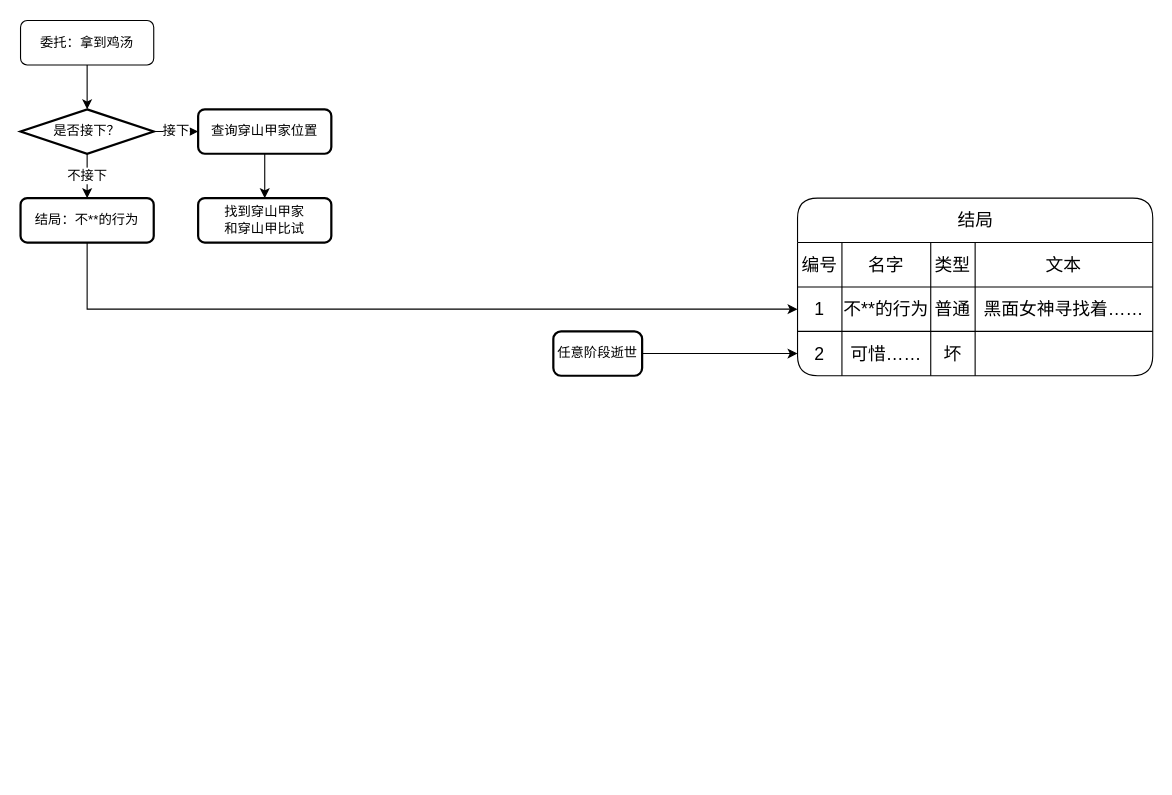
Earlier version of the draw.io diagram page "剧情" (1 of 3) of lc.drawio (penghao123456/zywtm). Source tidied: cells renumbered, new cells numbered last; positions are measured from the earlier drawing's top-left corner, leaving out a move shared by most shapes. Both pictures are drawn from the tidied source at 111%, with x=0, y=0 at pixel (20, 20).
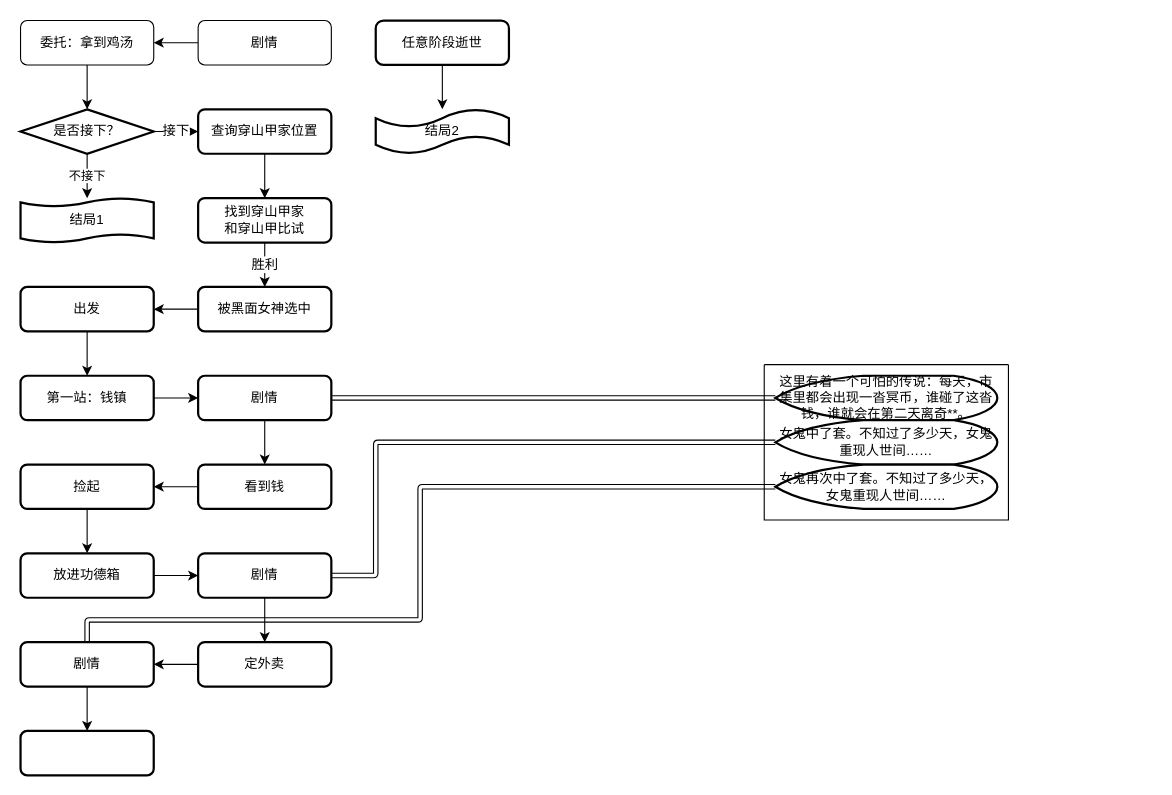
Above is the later version.

Unchanged cells that the change refers to:
```xml
<mxCell id="3" value="委托：拿到鸡汤" style="rounded=1;whiteSpace=wrap;html=1;fontSize=12;glass=0;strokeWidth=1;shadow=0;" parent="1" vertex="1">
  <mxGeometry width="120" height="40" as="geometry" />
</mxCell>
<mxCell id="7" value="是否接下？" style="strokeWidth=2;html=1;shape=mxgraph.flowchart.decision;whiteSpace=wrap;rounded=1;shadow=0;glass=0;strokeColor=default;fontFamily=Helvetica;fontSize=12;fontColor=default;fillColor=default;" parent="1" vertex="1">
  <mxGeometry y="80" width="120" height="40" as="geometry" />
</mxCell>
<mxCell id="9" value="查询穿山甲家位置" style="whiteSpace=wrap;html=1;strokeWidth=2;rounded=1;shadow=0;glass=0;strokeColor=default;fontFamily=Helvetica;fontSize=12;fontColor=default;fillColor=default;" parent="1" vertex="1">
  <mxGeometry x="160" y="80" width="120" height="40" as="geometry" />
</mxCell>
<mxCell id="28" value="找到穿山甲家&lt;br&gt;和穿山甲比试" style="whiteSpace=wrap;html=1;strokeWidth=2;rounded=1;shadow=0;glass=0;strokeColor=default;fontFamily=Helvetica;fontSize=12;fontColor=default;fillColor=default;" parent="1" vertex="1">
  <mxGeometry x="160" y="160" width="120" height="40" as="geometry" />
</mxCell>
```

What changed in the source:
```diff
@@
-    <mxCell id="2" style="edgeStyle=orthogonalEdgeStyle;rounded=0;jettySize=auto;html=1;fontFamily=Helvetica;fontSize=12;fontColor=default;" parent="1" edge="1" source="3" target="7">
+    <mxCell id="2" style="edgeStyle=orthogonalEdgeStyle;rounded=1;jettySize=auto;html=1;fontFamily=Helvetica;fontSize=12;fontColor=default;" parent="1" edge="1" source="3" target="7">
       <mxGeometry relative="1" as="geometry" />
     </mxCell>
@@
-    <mxCell id="4" style="edgeStyle=orthogonalEdgeStyle;rounded=0;orthogonalLoop=1;jettySize=auto;html=1;exitX=0.5;exitY=1;exitDx=0;exitDy=0;" parent="1" edge="1">
+    <mxCell id="4" style="edgeStyle=orthogonalEdgeStyle;rounded=1;orthogonalLoop=1;jettySize=auto;html=1;exitX=0.5;exitY=1;exitDx=0;exitDy=0;" parent="1" edge="1">
       <mxGeometry relative="1" as="geometry">
         <mxPoint x="60" y="120" as="sourcePoint" />
         <mxPoint x="60" y="120" as="targetPoint" />
       </mxGeometry>
     </mxCell>
-    <mxCell id="5" value="接下" style="edgeStyle=orthogonalEdgeStyle;rounded=0;jettySize=auto;html=1;fontFamily=Helvetica;fontSize=12;fontColor=default;" parent="1" edge="1" source="7" target="9">
+    <mxCell id="5" value="接下" style="edgeStyle=orthogonalEdgeStyle;rounded=1;jettySize=auto;html=1;fontFamily=Helvetica;fontSize=12;fontColor=default;" parent="1" edge="1" source="7" target="9">
       <mxGeometry relative="1" as="geometry" />
     </mxCell>
-    <mxCell id="6" value="不接下" style="edgeStyle=orthogonalEdgeStyle;rounded=0;jettySize=auto;html=1;fontFamily=Helvetica;fontSize=12;fontColor=default;" parent="1" edge="1" source="7" target="11">
+    <mxCell id="6" value="不接下" style="edgeStyle=orthogonalEdgeStyle;rounded=1;jettySize=auto;html=1;" parent="1" edge="1" source="7" target="50">
       <mxGeometry relative="1" as="geometry" />
     </mxCell>
@@
-    <mxCell id="8" style="edgeStyle=orthogonalEdgeStyle;rounded=0;jettySize=auto;html=1;fontFamily=Helvetica;fontSize=12;fontColor=default;" parent="1" edge="1" source="9" target="28">
+    <mxCell id="8" style="edgeStyle=orthogonalEdgeStyle;rounded=1;jettySize=auto;html=1;fontFamily=Helvetica;fontSize=12;fontColor=default;" parent="1" edge="1" source="9" target="28">
       <mxGeometry relative="1" as="geometry" />
     </mxCell>
@@
-    <mxCell id="10" style="edgeStyle=orthogonalEdgeStyle;rounded=0;jettySize=auto;html=1;entryX=0;entryY=0.5;entryDx=0;entryDy=0;fontFamily=Helvetica;fontSize=12;fontColor=default;" parent="1" edge="1" source="11" target="18">
-      <mxGeometry relative="1" as="geometry" />
-    </mxCell>
-    <mxCell id="11" value="结局：不**的行为" style="whiteSpace=wrap;html=1;strokeWidth=2;rounded=1;shadow=0;glass=0;strokeColor=default;fontFamily=Helvetica;fontSize=12;fontColor=default;fillColor=default;" parent="1" vertex="1">
-      <mxGeometry y="160" width="120" height="40" as="geometry" />
-    </mxCell>
-    <mxCell id="12" value="结局" style="shape=table;startSize=40;childLayout=tableLayout;strokeColor=default;fontSize=16;rounded=1;shadow=0;glass=0;strokeWidth=1;fontFamily=Helvetica;fontColor=default;fillColor=default;html=1;" parent="1" vertex="1">
-      <mxGeometry x="700" y="160" width="320" height="160" as="geometry" />
-    </mxCell>
-    <mxCell id="13" style="shape=tableRow;horizontal=0;startSize=0;swimlaneHead=0;swimlaneBody=0;strokeColor=inherit;top=0;left=0;bottom=0;right=0;fillColor=none;fontSize=16;rounded=1;shadow=0;glass=0;strokeWidth=1;fontFamily=Helvetica;fontColor=default;html=1;" parent="12" vertex="1">
-      <mxGeometry y="40" width="320" height="40" as="geometry" />
-    </mxCell>
-    <mxCell id="14" value="编号" style="shape=partialRectangle;html=1;whiteSpace=wrap;strokeColor=inherit;overflow=hidden;fillColor=none;top=0;left=0;bottom=0;right=0;fontSize=16;rounded=1;shadow=0;glass=0;strokeWidth=1;fontFamily=Helvetica;fontColor=default;" parent="13" vertex="1">
-      <mxGeometry width="40" height="40" as="geometry" />
-    </mxCell>
-    <mxCell id="15" value="名字" style="shape=partialRectangle;html=1;whiteSpace=wrap;strokeColor=inherit;overflow=hidden;fillColor=none;top=0;left=0;bottom=0;right=0;fontSize=16;rounded=1;shadow=0;glass=0;strokeWidth=1;fontFamily=Helvetica;fontColor=default;" parent="13" vertex="1">
-      <mxGeometry x="40" width="80" height="40" as="geometry" />
-    </mxCell>
-    <mxCell id="16" value="类型" style="shape=partialRectangle;html=1;whiteSpace=wrap;strokeColor=inherit;overflow=hidden;fillColor=none;top=0;left=0;bottom=0;right=0;fontSize=16;rounded=1;shadow=0;glass=0;strokeWidth=1;fontFamily=Helvetica;fontColor=default;" parent="13" vertex="1">
-      <mxGeometry x="120" width="40" height="40" as="geometry" />
-    </mxCell>
-    <mxCell id="17" value="文本" style="shape=partialRectangle;html=1;whiteSpace=wrap;strokeColor=inherit;overflow=hidden;fillColor=none;top=0;left=0;bottom=0;right=0;fontSize=16;rounded=1;shadow=0;glass=0;strokeWidth=1;fontFamily=Helvetica;fontColor=default;" parent="13" vertex="1">
-      <mxGeometry x="160" width="160" height="40" as="geometry" />
-    </mxCell>
-    <mxCell id="18" style="shape=tableRow;horizontal=0;startSize=0;swimlaneHead=0;swimlaneBody=0;strokeColor=inherit;top=0;left=0;bottom=0;right=0;fillColor=none;points=[[0,0.5],[1,0.5]];portConstraint=eastwest;fontSize=16;rounded=1;shadow=0;glass=0;strokeWidth=1;fontFamily=Helvetica;fontColor=default;html=1;" parent="12" vertex="1">
-      <mxGeometry y="80" width="320" height="40" as="geometry" />
-    </mxCell>
-    <mxCell id="19" value="1" style="shape=partialRectangle;html=1;whiteSpace=wrap;strokeColor=inherit;overflow=hidden;fillColor=none;top=0;left=0;bottom=0;right=0;fontSize=16;rounded=1;shadow=0;glass=0;strokeWidth=1;fontFamily=Helvetica;fontColor=default;" parent="18" vertex="1">
-      <mxGeometry width="40" height="40" as="geometry" />
-    </mxCell>
-    <mxCell id="20" value="不**的行为" style="shape=partialRectangle;html=1;whiteSpace=wrap;strokeColor=inherit;overflow=hidden;fillColor=none;top=0;left=0;bottom=0;right=0;fontSize=16;rounded=1;shadow=0;glass=0;strokeWidth=1;fontFamily=Helvetica;fontColor=default;" parent="18" vertex="1">
-      <mxGeometry x="40" width="80" height="40" as="geometry" />
-    </mxCell>
-    <mxCell id="21" value="普通" style="shape=partialRectangle;html=1;whiteSpace=wrap;strokeColor=inherit;overflow=hidden;fillColor=none;top=0;left=0;bottom=0;right=0;fontSize=16;rounded=1;shadow=0;glass=0;strokeWidth=1;fontFamily=Helvetica;fontColor=default;" parent="18" vertex="1">
-      <mxGeometry x="120" width="40" height="40" as="geometry" />
-    </mxCell>
-    <mxCell id="22" value="黑面女神寻找着……" style="shape=partialRectangle;html=1;whiteSpace=wrap;strokeColor=inherit;overflow=hidden;fillColor=none;top=0;left=0;bottom=0;right=0;fontSize=16;rounded=1;shadow=0;glass=0;strokeWidth=1;fontFamily=Helvetica;fontColor=default;" parent="18" vertex="1">
-      <mxGeometry x="160" width="160" height="40" as="geometry" />
-    </mxCell>
-    <mxCell id="23" style="shape=tableRow;horizontal=0;startSize=0;swimlaneHead=0;swimlaneBody=0;strokeColor=inherit;top=0;left=0;bottom=0;right=0;fillColor=none;points=[[0,0.5],[1,0.5]];portConstraint=eastwest;fontSize=16;rounded=1;shadow=0;glass=0;strokeWidth=1;fontFamily=Helvetica;fontColor=default;html=1;" parent="12" vertex="1">
-      <mxGeometry y="120" width="320" height="40" as="geometry" />
-    </mxCell>
-    <mxCell id="24" value="2" style="shape=partialRectangle;html=1;whiteSpace=wrap;strokeColor=inherit;overflow=hidden;fillColor=none;top=0;left=0;bottom=0;right=0;fontSize=16;rounded=1;shadow=0;glass=0;strokeWidth=1;fontFamily=Helvetica;fontColor=default;" parent="23" vertex="1">
-      <mxGeometry width="40" height="40" as="geometry" />
-    </mxCell>
-    <mxCell id="25" value="可惜……" style="shape=partialRectangle;html=1;whiteSpace=wrap;strokeColor=inherit;overflow=hidden;fillColor=none;top=0;left=0;bottom=0;right=0;fontSize=16;rounded=1;shadow=0;glass=0;strokeWidth=1;fontFamily=Helvetica;fontColor=default;" parent="23" vertex="1">
-      <mxGeometry x="40" width="80" height="40" as="geometry" />
-    </mxCell>
-    <mxCell id="26" value="坏" style="shape=partialRectangle;html=1;whiteSpace=wrap;strokeColor=inherit;overflow=hidden;fillColor=none;top=0;left=0;bottom=0;right=0;fontSize=16;rounded=1;shadow=0;glass=0;strokeWidth=1;fontFamily=Helvetica;fontColor=default;" parent="23" vertex="1">
-      <mxGeometry x="120" width="40" height="40" as="geometry" />
-    </mxCell>
-    <mxCell id="27" style="shape=partialRectangle;html=1;whiteSpace=wrap;strokeColor=inherit;overflow=hidden;fillColor=none;top=0;left=0;bottom=0;right=0;fontSize=16;rounded=1;shadow=0;glass=0;strokeWidth=1;fontFamily=Helvetica;fontColor=default;" parent="23" vertex="1">
-      <mxGeometry x="160" width="160" height="40" as="geometry" />
-    </mxCell>
+    <mxCell id="31" value="胜利" style="edgeStyle=orthogonalEdgeStyle;rounded=1;jettySize=auto;html=1;fontFamily=Helvetica;fontSize=12;fontColor=default;" parent="1" edge="1" source="28" target="34">
+      <mxGeometry relative="1" as="geometry" />
+    </mxCell>
@@
-    <mxCell id="29" style="edgeStyle=orthogonalEdgeStyle;rounded=0;jettySize=auto;html=1;fontFamily=Helvetica;fontSize=12;fontColor=default;" parent="1" edge="1" source="30" target="23">
-      <mxGeometry relative="1" as="geometry" />
-    </mxCell>
+    <mxCell id="32" style="edgeStyle=orthogonalEdgeStyle;rounded=1;jettySize=auto;html=1;" parent="1" edge="1" source="30" target="63">
+      <mxGeometry relative="1" as="geometry" />
+    </mxCell>
     <mxCell id="30" value="任意阶段逝世" style="rounded=1;whiteSpace=wrap;html=1;absoluteArcSize=1;arcSize=14;strokeWidth=2;shadow=0;glass=0;strokeColor=default;fontFamily=Helvetica;fontSize=12;fontColor=default;fillColor=default;" parent="1" vertex="1">
-      <mxGeometry x="480" y="280" width="80" height="40" as="geometry" />
+      <mxGeometry x="320" width="120" height="40" as="geometry" />
     </mxCell>
+    <mxCell id="33" style="edgeStyle=orthogonalEdgeStyle;rounded=1;jettySize=auto;html=1;" parent="1" edge="1" source="34" target="36">
+      <mxGeometry relative="1" as="geometry" />
+    </mxCell>
+    <mxCell id="34" value="被黑面女神选中" style="whiteSpace=wrap;html=1;strokeWidth=2;rounded=1;shadow=0;glass=0;strokeColor=default;fontFamily=Helvetica;fontSize=12;fontColor=default;fillColor=default;direction=east;" parent="1" vertex="1">
+      <mxGeometry x="160" y="240" width="120" height="40" as="geometry" />
+    </mxCell>
+    <mxCell id="35" style="edgeStyle=orthogonalEdgeStyle;rounded=1;jettySize=auto;html=1;" parent="1" edge="1" source="36" target="40">
+      <mxGeometry relative="1" as="geometry" />
+    </mxCell>
+    <mxCell id="36" value="出发" style="whiteSpace=wrap;html=1;strokeWidth=2;rounded=1;shadow=0;glass=0;" parent="1" vertex="1">
+      <mxGeometry y="240" width="120" height="40" as="geometry" />
+    </mxCell>
+    <mxCell id="37" style="edgeStyle=orthogonalEdgeStyle;rounded=1;jettySize=auto;html=1;" parent="1" edge="1" source="38" target="3">
+      <mxGeometry relative="1" as="geometry" />
+    </mxCell>
+    <mxCell id="38" value="剧情" style="whiteSpace=wrap;html=1;rounded=1;glass=0;strokeWidth=1;shadow=0;" parent="1" vertex="1">
+      <mxGeometry x="160" width="120" height="40" as="geometry" />
+    </mxCell>
+    <mxCell id="39" style="edgeStyle=orthogonalEdgeStyle;rounded=1;jettySize=auto;html=1;" parent="1" edge="1" source="40" target="43">
+      <mxGeometry relative="1" as="geometry" />
+    </mxCell>
+    <mxCell id="40" value="第一站：钱镇" style="whiteSpace=wrap;html=1;strokeWidth=2;rounded=1;shadow=0;glass=0;" parent="1" vertex="1">
+      <mxGeometry y="320" width="120" height="40" as="geometry" />
+    </mxCell>
+    <mxCell id="41" style="edgeStyle=orthogonalEdgeStyle;rounded=1;jettySize=auto;html=1;entryX=0;entryY=0.5;entryDx=0;entryDy=0;entryPerimeter=0;shape=link;" parent="1" edge="1" source="43" target="45">
+      <mxGeometry relative="1" as="geometry">
+        <Array as="points">
+          <mxPoint x="330" y="340" />
+          <mxPoint x="330" y="340" />
+        </Array>
+      </mxGeometry>
+    </mxCell>
+    <mxCell id="42" style="edgeStyle=orthogonalEdgeStyle;rounded=1;jettySize=auto;html=1;" parent="1" edge="1" source="43" target="49">
+      <mxGeometry relative="1" as="geometry" />
+    </mxCell>
+    <mxCell id="43" value="剧情" style="whiteSpace=wrap;html=1;strokeWidth=2;rounded=1;shadow=0;glass=0;" parent="1" vertex="1">
+      <mxGeometry x="160" y="320" width="120" height="40" as="geometry" />
+    </mxCell>
+    <mxCell id="44" style="swimlane;startSize=0;rounded=1;" parent="1" vertex="1">
+      <mxGeometry x="670" y="310" width="220" height="140" as="geometry" />
+    </mxCell>
+    <mxCell id="45" value="这里有着一个可怕的传说：每天，市集里都会出现一沓冥币，谁碰了这沓钱，谁就会在第二天离奇**。" style="strokeWidth=2;html=1;shape=mxgraph.flowchart.display;whiteSpace=wrap;rounded=1;" parent="44" vertex="1">
+      <mxGeometry x="10" y="10" width="200" height="40" as="geometry" />
+    </mxCell>
+    <mxCell id="46" value="女鬼中了套。不知过了多少天，女鬼重现人世间……" style="strokeWidth=2;html=1;shape=mxgraph.flowchart.display;whiteSpace=wrap;rounded=1;" parent="44" vertex="1">
+      <mxGeometry x="10" y="50" width="200" height="40" as="geometry" />
+    </mxCell>
+    <mxCell id="47" value="女鬼再次中了套。不知过了多少天，女鬼重现人世间……" style="strokeWidth=2;html=1;shape=mxgraph.flowchart.display;whiteSpace=wrap;rounded=1;" parent="44" vertex="1">
+      <mxGeometry x="10" y="90" width="200" height="40" as="geometry" />
+    </mxCell>
+    <mxCell id="48" style="edgeStyle=orthogonalEdgeStyle;rounded=1;jettySize=auto;html=1;" parent="1" edge="1" source="49" target="52">
+      <mxGeometry relative="1" as="geometry" />
+    </mxCell>
+    <mxCell id="49" value="看到钱" style="whiteSpace=wrap;html=1;strokeWidth=2;rounded=1;shadow=0;glass=0;" parent="1" vertex="1">
+      <mxGeometry x="160" y="400" width="120" height="40" as="geometry" />
+    </mxCell>
+    <mxCell id="50" value="结局1" style="shape=tape;whiteSpace=wrap;html=1;strokeWidth=2;size=0.19;rounded=1;" parent="1" vertex="1">
+      <mxGeometry y="160" width="120" height="40" as="geometry" />
+    </mxCell>
+    <mxCell id="51" style="edgeStyle=orthogonalEdgeStyle;rounded=1;jettySize=auto;html=1;" parent="1" edge="1" source="52" target="54">
+      <mxGeometry relative="1" as="geometry" />
+    </mxCell>
+    <mxCell id="52" value="捡起" style="whiteSpace=wrap;html=1;strokeWidth=2;rounded=1;shadow=0;glass=0;" parent="1" vertex="1">
+      <mxGeometry y="400" width="120" height="40" as="geometry" />
+    </mxCell>
+    <mxCell id="53" style="edgeStyle=orthogonalEdgeStyle;rounded=1;jettySize=auto;html=1;" parent="1" edge="1" source="54" target="56">
+      <mxGeometry relative="1" as="geometry" />
+    </mxCell>
+    <mxCell id="54" value="放进功德箱" style="whiteSpace=wrap;html=1;strokeWidth=2;rounded=1;shadow=0;glass=0;" parent="1" vertex="1">
+      <mxGeometry y="480" width="120" height="40" as="geometry" />
+    </mxCell>
+    <mxCell id="55" style="edgeStyle=orthogonalEdgeStyle;rounded=1;jettySize=auto;html=1;" parent="1" edge="1" source="56" target="59">
+      <mxGeometry relative="1" as="geometry" />
+    </mxCell>
+    <mxCell id="56" value="剧情" style="whiteSpace=wrap;html=1;strokeWidth=2;rounded=1;shadow=0;glass=0;" parent="1" vertex="1">
+      <mxGeometry x="160" y="480" width="120" height="40" as="geometry" />
+    </mxCell>
+    <mxCell id="57" style="shape=link;html=1;rounded=1;exitX=1;exitY=0.5;exitDx=0;exitDy=0;entryX=0;entryY=0.5;entryDx=0;entryDy=0;entryPerimeter=0;" parent="1" edge="1" source="56" target="46">
+      <mxGeometry relative="1" as="geometry">
+        <Array as="points">
+          <mxPoint x="320" y="500" />
+          <mxPoint x="320" y="380" />
+        </Array>
+      </mxGeometry>
+    </mxCell>
+    <mxCell id="58" style="edgeStyle=orthogonalEdgeStyle;rounded=1;jettySize=auto;html=1;" parent="1" edge="1" source="59" target="61">
+      <mxGeometry relative="1" as="geometry" />
+    </mxCell>
+    <mxCell id="59" value="定外卖" style="whiteSpace=wrap;html=1;strokeWidth=2;rounded=1;shadow=0;glass=0;" parent="1" vertex="1">
+      <mxGeometry x="160" y="560" width="120" height="40" as="geometry" />
+    </mxCell>
+    <mxCell id="60" style="edgeStyle=orthogonalEdgeStyle;rounded=1;jettySize=auto;html=1;" parent="1" edge="1" source="61" target="64">
+      <mxGeometry relative="1" as="geometry" />
+    </mxCell>
+    <mxCell id="61" value="剧情" style="whiteSpace=wrap;html=1;strokeWidth=2;rounded=1;shadow=0;glass=0;" parent="1" vertex="1">
+      <mxGeometry y="560" width="120" height="40" as="geometry" />
+    </mxCell>
+    <mxCell id="62" style="shape=link;html=1;rounded=1;exitX=0.5;exitY=0;exitDx=0;exitDy=0;entryX=0;entryY=0.5;entryDx=0;entryDy=0;entryPerimeter=0;" parent="1" edge="1" source="61" target="47">
+      <mxGeometry relative="1" as="geometry">
+        <Array as="points">
+          <mxPoint x="60" y="540" />
+          <mxPoint x="360" y="540" />
+          <mxPoint x="360" y="420" />
+        </Array>
+      </mxGeometry>
+    </mxCell>
+    <mxCell id="63" value="结局2" style="shape=tape;whiteSpace=wrap;html=1;rounded=1;arcSize=14;strokeWidth=2;shadow=0;glass=0;" parent="1" vertex="1">
+      <mxGeometry x="320" y="80" width="120" height="40" as="geometry" />
+    </mxCell>
+    <mxCell id="64" style="whiteSpace=wrap;html=1;strokeWidth=2;rounded=1;shadow=0;glass=0;" parent="1" vertex="1">
+      <mxGeometry y="640" width="120" height="40" as="geometry" />
+    </mxCell>
```
